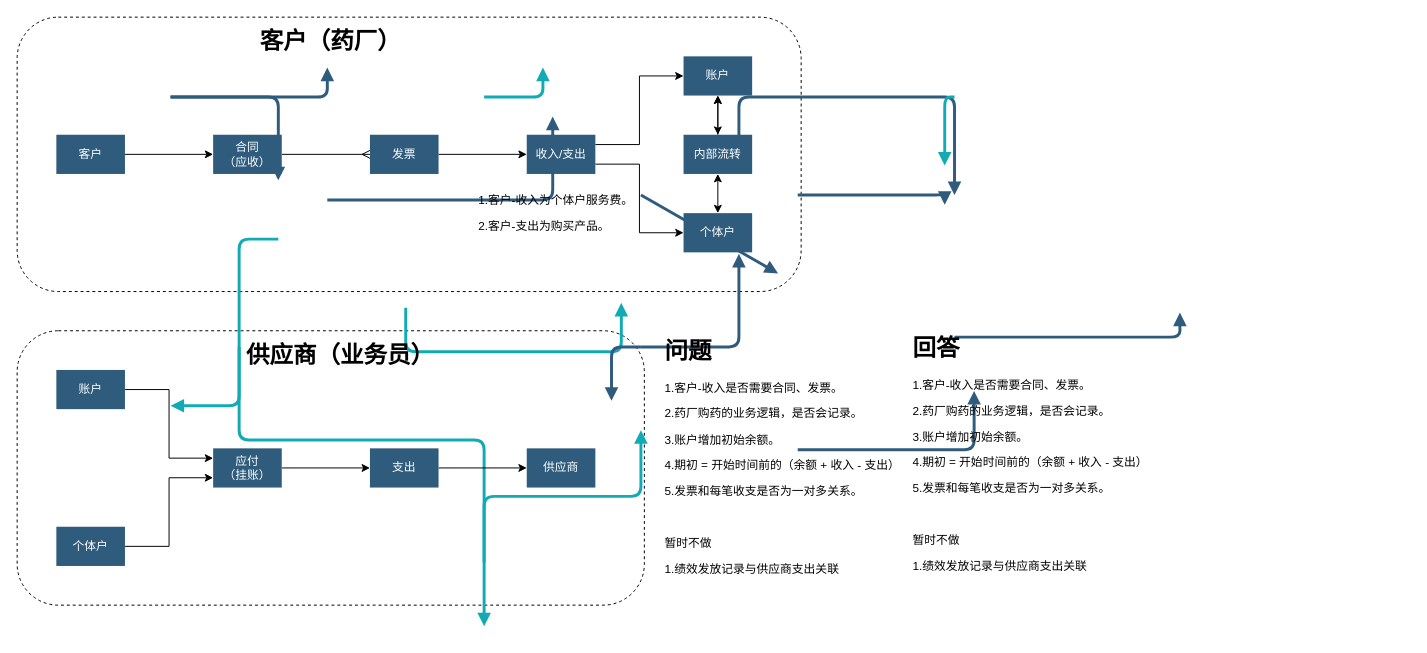
This is 台账系统.drawio from xiaoming728/draw, a draw.io file, before an edit. Source tidied: cells renumbered, new cells numbered last; positions are measured from the earlier drawing's top-left corner, leaving out a move shared by most shapes. Both pictures are drawn from the tidied source at 98%, with x=0, y=0 at pixel (17, 17).
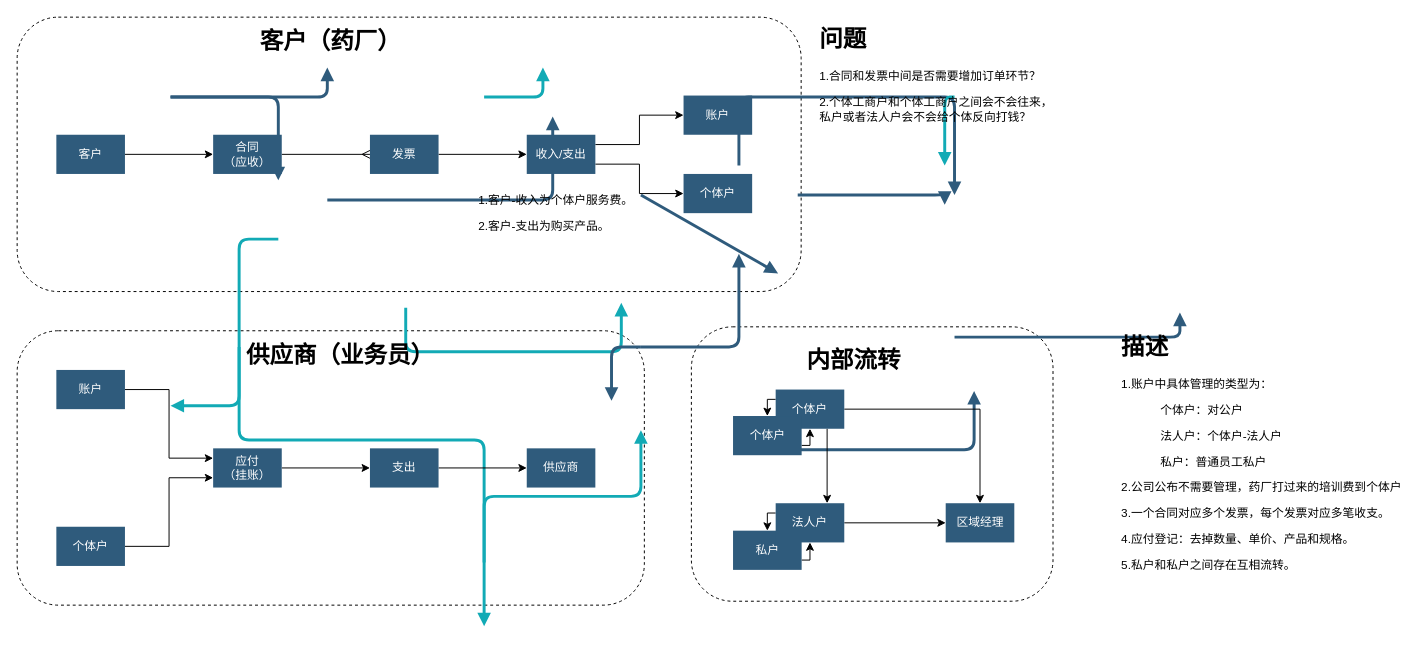
After the change.

Commit message:
更新台账系统.drawio

What changed in the source:
```diff
@@
+    <mxCell id="49" style="rounded=1;whiteSpace=wrap;html=1;fillColor=none;dashed=1;" parent="1" vertex="1">
+      <mxGeometry x="688" y="316" width="369" height="280" as="geometry" />
+    </mxCell>
@@
     <mxCell id="34" value="账户" style="whiteSpace=wrap;fillColor=#2f5b7c;strokeColor=none;shadow=0;fontColor=#FFFFFF;fontFamily=Helvetica;fontStyle=0;html=1;fontSize=12;spacing=6;verticalAlign=middle;" parent="1" vertex="1">
-      <mxGeometry x="680" y="40" width="70" height="40" as="geometry" />
+      <mxGeometry x="680" y="80" width="70" height="40" as="geometry" />
     </mxCell>
-    <mxCell id="35" style="edgeStyle=orthogonalEdgeStyle;rounded=0;jettySize=auto;html=1;exitX=0.5;exitY=0;exitDx=0;exitDy=0;entryX=0.5;entryY=1;entryDx=0;entryDy=0;startArrow=classic;startFill=1;" parent="1" edge="1" source="36" target="39">
-      <mxGeometry relative="1" as="geometry" />
-    </mxCell>
     <mxCell id="36" value="个体户" style="whiteSpace=wrap;fillColor=#2f5b7c;strokeColor=none;shadow=0;fontColor=#FFFFFF;fontFamily=Helvetica;fontStyle=0;html=1;fontSize=12;spacing=6;verticalAlign=middle;" parent="1" vertex="1">
-      <mxGeometry x="680" y="200" width="70" height="40" as="geometry" />
+      <mxGeometry x="680" y="160" width="70" height="40" as="geometry" />
     </mxCell>
-    <mxCell id="37" style="edgeStyle=orthogonalEdgeStyle;rounded=0;jettySize=auto;html=1;exitX=0.5;exitY=0;exitDx=0;exitDy=0;entryX=0.5;entryY=1;entryDx=0;entryDy=0;" parent="1" edge="1" source="39" target="34">
-      <mxGeometry relative="1" as="geometry" />
-    </mxCell>
-    <mxCell id="38" style="edgeStyle=orthogonalEdgeStyle;rounded=0;jettySize=auto;html=1;startArrow=classic;startFill=1;" parent="1" edge="1" source="39" target="34">
-      <mxGeometry relative="1" as="geometry" />
-    </mxCell>
-    <mxCell id="39" value="内部流转" style="whiteSpace=wrap;fillColor=#2f5b7c;strokeColor=none;shadow=0;fontColor=#FFFFFF;fontFamily=Helvetica;fontStyle=0;html=1;fontSize=12;spacing=6;verticalAlign=middle;" parent="1" vertex="1">
-      <mxGeometry x="680" y="120" width="70" height="40" as="geometry" />
-    </mxCell>
@@
-    <mxCell id="46" value="&lt;h1 style=&quot;margin-top: 0px;&quot;&gt;问题&lt;/h1&gt;&lt;p&gt;&lt;span style=&quot;background-color: initial;&quot;&gt;1.客户-收入是否需要合同、发票。&lt;/span&gt;&lt;/p&gt;&lt;p&gt;&lt;span style=&quot;background-color: initial;&quot;&gt;2.药厂购药的业务逻辑，是否会记录。&lt;/span&gt;&lt;/p&gt;&lt;p&gt;&lt;span style=&quot;background-color: initial;&quot;&gt;3.账户增加初始余额。&lt;/span&gt;&lt;/p&gt;&lt;p&gt;&lt;span style=&quot;background-color: initial;&quot;&gt;4.期初 = 开始时间前的（余额 + 收入 - 支出）&lt;/span&gt;&lt;/p&gt;&lt;p&gt;&lt;span style=&quot;background-color: initial;&quot;&gt;5.发票和每笔收支是否为一对多关系。&lt;/span&gt;&lt;/p&gt;&lt;p&gt;&lt;span style=&quot;background-color: initial;&quot;&gt;&lt;br&gt;&lt;/span&gt;&lt;/p&gt;&lt;p&gt;暂时不做&lt;/p&gt;&lt;p&gt;&lt;span style=&quot;background-color: initial;&quot;&gt;1.绩效发放记录与供应商支出关联&lt;/span&gt;&lt;br&gt;&lt;/p&gt;" style="text;html=1;whiteSpace=wrap;overflow=hidden;rounded=0;" parent="1" vertex="1">
-      <mxGeometry x="659" y="320" width="240" height="280" as="geometry" />
-    </mxCell>
@@
-    <mxCell id="48" value="&lt;h1 style=&quot;margin-top: 0px;&quot;&gt;回答&lt;/h1&gt;&lt;p&gt;&lt;span style=&quot;background-color: initial;&quot;&gt;1.客户-收入是否需要合同、发票。&lt;/span&gt;&lt;/p&gt;&lt;p&gt;&lt;span style=&quot;background-color: initial;&quot;&gt;2.药厂购药的业务逻辑，是否会记录。&lt;/span&gt;&lt;/p&gt;&lt;p&gt;&lt;span style=&quot;background-color: initial;&quot;&gt;3.账户增加初始余额。&lt;/span&gt;&lt;/p&gt;&lt;p&gt;&lt;span style=&quot;background-color: initial;&quot;&gt;4.期初 = 开始时间前的（余额 + 收入 - 支出）&lt;/span&gt;&lt;/p&gt;&lt;p&gt;&lt;span style=&quot;background-color: initial;&quot;&gt;5.发票和每笔收支是否为一对多关系。&lt;/span&gt;&lt;/p&gt;&lt;p&gt;&lt;span style=&quot;background-color: initial;&quot;&gt;&lt;br&gt;&lt;/span&gt;&lt;/p&gt;&lt;p&gt;暂时不做&lt;/p&gt;&lt;p&gt;&lt;span style=&quot;background-color: initial;&quot;&gt;1.绩效发放记录与供应商支出关联&lt;/span&gt;&lt;br&gt;&lt;/p&gt;" style="text;html=1;whiteSpace=wrap;overflow=hidden;rounded=0;" parent="1" vertex="1">
-      <mxGeometry x="912" y="317" width="240" height="280" as="geometry" />
-    </mxCell>
+    <mxCell id="50" value="&lt;h1 style=&quot;margin-top: 0px;&quot;&gt;问题&lt;/h1&gt;&lt;p&gt;1.合同和发票中间是否需要增加订单环节？&lt;/p&gt;&lt;p&gt;2.个体工商户和个体工商户之间会不会往来，私户或者法人户会不会给个体反向打钱？&lt;/p&gt;" style="text;html=1;whiteSpace=wrap;overflow=hidden;rounded=0;" parent="1" vertex="1">
+      <mxGeometry x="817" y="2" width="245" height="280" as="geometry" />
+    </mxCell>
+    <mxCell id="39" value="内部流转" style="text;html=1;align=center;verticalAlign=middle;whiteSpace=wrap;rounded=0;fontStyle=1;fontSize=24;" parent="1" vertex="1">
+      <mxGeometry x="733.5" y="336" width="240" height="30" as="geometry" />
+    </mxCell>
+    <mxCell id="51" style="edgeStyle=orthogonalEdgeStyle;rounded=0;jettySize=auto;html=1;exitX=1;exitY=0.5;exitDx=0;exitDy=0;entryX=0.5;entryY=0;entryDx=0;entryDy=0;" parent="1" edge="1" source="54" target="60">
+      <mxGeometry relative="1" as="geometry" />
+    </mxCell>
+    <mxCell id="52" style="edgeStyle=orthogonalEdgeStyle;rounded=0;jettySize=auto;html=1;exitX=0;exitY=0.25;exitDx=0;exitDy=0;entryX=0.5;entryY=0;entryDx=0;entryDy=0;" parent="1" edge="1" source="54" target="62">
+      <mxGeometry relative="1" as="geometry" />
+    </mxCell>
+    <mxCell id="53" style="edgeStyle=orthogonalEdgeStyle;rounded=0;jettySize=auto;html=1;exitX=0.75;exitY=1;exitDx=0;exitDy=0;entryX=0.75;entryY=0;entryDx=0;entryDy=0;" parent="1" edge="1" source="54" target="59">
+      <mxGeometry relative="1" as="geometry" />
+    </mxCell>
+    <mxCell id="54" value="个体户" style="whiteSpace=wrap;fillColor=#2f5b7c;strokeColor=none;shadow=0;fontColor=#FFFFFF;fontFamily=Helvetica;fontStyle=0;html=1;fontSize=12;spacing=6;verticalAlign=middle;" parent="1" vertex="1">
+      <mxGeometry x="774" y="380" width="70" height="40" as="geometry" />
+    </mxCell>
+    <mxCell id="55" style="edgeStyle=orthogonalEdgeStyle;rounded=0;jettySize=auto;html=1;exitX=1;exitY=0.75;exitDx=0;exitDy=0;entryX=0.5;entryY=1;entryDx=0;entryDy=0;" parent="1" edge="1" source="56" target="59">
+      <mxGeometry relative="1" as="geometry" />
+    </mxCell>
+    <mxCell id="56" value="私户" style="whiteSpace=wrap;fillColor=#2f5b7c;strokeColor=none;shadow=0;fontColor=#FFFFFF;fontFamily=Helvetica;fontStyle=0;html=1;fontSize=12;spacing=6;verticalAlign=middle;" parent="1" vertex="1">
+      <mxGeometry x="730.5" y="524" width="70" height="40" as="geometry" />
+    </mxCell>
+    <mxCell id="57" style="edgeStyle=orthogonalEdgeStyle;rounded=0;jettySize=auto;html=1;exitX=1;exitY=0.5;exitDx=0;exitDy=0;entryX=0;entryY=0.5;entryDx=0;entryDy=0;" parent="1" edge="1" source="59" target="60">
+      <mxGeometry relative="1" as="geometry" />
+    </mxCell>
+    <mxCell id="58" style="edgeStyle=orthogonalEdgeStyle;rounded=0;jettySize=auto;html=1;exitX=0;exitY=0.25;exitDx=0;exitDy=0;entryX=0.5;entryY=0;entryDx=0;entryDy=0;" parent="1" edge="1" source="59" target="56">
+      <mxGeometry relative="1" as="geometry" />
+    </mxCell>
+    <mxCell id="59" value="法人户" style="whiteSpace=wrap;fillColor=#2f5b7c;strokeColor=none;shadow=0;fontColor=#FFFFFF;fontFamily=Helvetica;fontStyle=0;html=1;fontSize=12;spacing=6;verticalAlign=middle;" parent="1" vertex="1">
+      <mxGeometry x="774" y="496" width="70" height="40" as="geometry" />
+    </mxCell>
+    <mxCell id="60" value="区域经理" style="whiteSpace=wrap;fillColor=#2f5b7c;strokeColor=none;shadow=0;fontColor=#FFFFFF;fontFamily=Helvetica;fontStyle=0;html=1;fontSize=12;spacing=6;verticalAlign=middle;" parent="1" vertex="1">
+      <mxGeometry x="947.5" y="496" width="70" height="40" as="geometry" />
+    </mxCell>
+    <mxCell id="61" style="edgeStyle=orthogonalEdgeStyle;rounded=0;jettySize=auto;html=1;exitX=1;exitY=0.75;exitDx=0;exitDy=0;entryX=0.5;entryY=1;entryDx=0;entryDy=0;" parent="1" edge="1" source="62" target="54">
+      <mxGeometry relative="1" as="geometry" />
+    </mxCell>
+    <mxCell id="62" value="个体户" style="whiteSpace=wrap;fillColor=#2f5b7c;strokeColor=none;shadow=0;fontColor=#FFFFFF;fontFamily=Helvetica;fontStyle=0;html=1;fontSize=12;spacing=6;verticalAlign=middle;" parent="1" vertex="1">
+      <mxGeometry x="730.5" y="407" width="70" height="40" as="geometry" />
+    </mxCell>
+    <mxCell id="63" value="&lt;h1 style=&quot;margin-top: 0px;&quot;&gt;描述&lt;/h1&gt;&lt;p&gt;1.账户中具体管理的类型为：&lt;/p&gt;&lt;blockquote style=&quot;margin: 0 0 0 40px; border: none; padding: 0px;&quot;&gt;&lt;p&gt;个体户：对公户&lt;/p&gt;&lt;p&gt;&lt;span style=&quot;background-color: initial;&quot;&gt;法人户：个体户-法人户&lt;/span&gt;&lt;/p&gt;&lt;p&gt;&lt;span style=&quot;background-color: initial;&quot;&gt;私户：普通员工私户&lt;/span&gt;&lt;/p&gt;&lt;/blockquote&gt;&lt;p&gt;2.公司公布不需要管理，药厂打过来的培训费到个体户&lt;/p&gt;&lt;p&gt;3.一个合同对应多个发票，每个发票对应多笔收支。&lt;/p&gt;&lt;p&gt;4.应付登记：去掉数量、单价、产品和规格。&lt;/p&gt;&lt;p&gt;5.私户和私户之间存在互相流转。&lt;/p&gt;&lt;div&gt;&lt;br&gt;&lt;/div&gt;" style="text;html=1;whiteSpace=wrap;overflow=hidden;rounded=0;" parent="1" vertex="1">
+      <mxGeometry x="1125" y="316" width="296" height="280" as="geometry" />
+    </mxCell>
```
